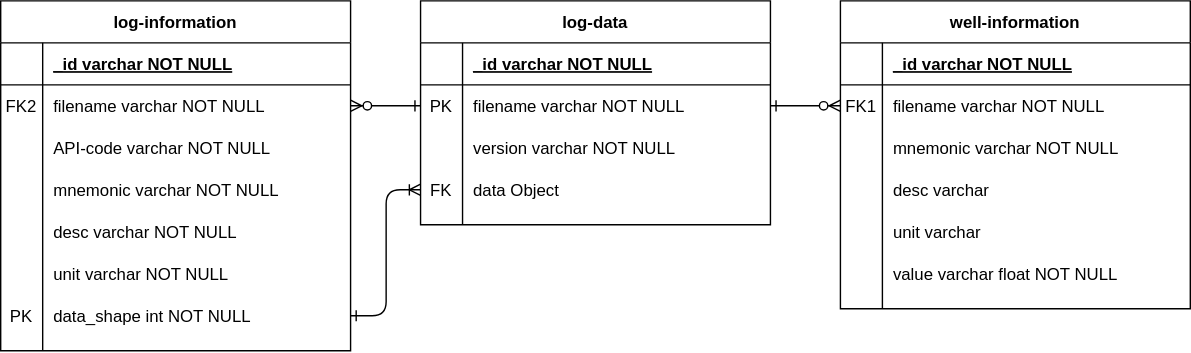
Earlier version of the draw.io export ERD.svg (FajrulHQ/microservices-well-log-integrated). Source tidied: cells renumbered, new cells last; positions are measured from the earlier drawing's top-left corner, leaving out a move shared by most shapes. Source of this version:
```xml
<mxGraphModel>
  <root>
    <mxCell id="0" />
    <mxCell id="1" parent="0" />
    <mxCell id="2" style="edgeStyle=elbowEdgeStyle;endArrow=ERzeroToMany;startArrow=ERone;endFill=1;startFill=0;exitX=1;exitY=0.5;exitDx=0;exitDy=0;entryX=0;entryY=0.5;entryDx=0;entryDy=0;" parent="1" edge="1" source="48" target="7">
      <mxGeometry relative="1" as="geometry" />
    </mxCell>
    <mxCell id="3" value="well-information" style="shape=table;startSize=30;rowLines=0;fontStyle=1;align=center;" parent="1" vertex="1">
      <mxGeometry x="600" width="250" height="220" as="geometry" />
    </mxCell>
    <mxCell id="4" style="shape=partialRectangle;fillColor=none;top=0;left=0;right=0;bottom=1;" parent="3" vertex="1">
      <mxGeometry y="30" width="250" height="30" as="geometry" />
    </mxCell>
    <mxCell id="5" style="shape=partialRectangle;overflow=hidden;fillColor=none;top=0;left=0;bottom=0;right=0;fontStyle=1;" parent="4" vertex="1">
      <mxGeometry width="30" height="30" as="geometry" />
    </mxCell>
    <mxCell id="6" value="_id varchar NOT NULL " style="shape=partialRectangle;overflow=hidden;fillColor=none;top=0;left=0;bottom=0;right=0;align=left;spacingLeft=6;fontStyle=5;" parent="4" vertex="1">
      <mxGeometry x="30" width="220" height="30" as="geometry" />
    </mxCell>
    <mxCell id="7" style="shape=partialRectangle;fillColor=none;points=[[0,0.5],[1,0.5]];portConstraint=eastwest;top=0;left=0;right=0;bottom=0;" parent="3" vertex="1">
      <mxGeometry y="60" width="250" height="30" as="geometry" />
    </mxCell>
    <mxCell id="8" value="FK1" style="shape=partialRectangle;overflow=hidden;fillColor=none;top=0;left=0;bottom=0;right=0;" parent="7" vertex="1">
      <mxGeometry width="30" height="30" as="geometry" />
    </mxCell>
    <mxCell id="9" value="filename varchar NOT NULL" style="shape=partialRectangle;overflow=hidden;fillColor=none;top=0;left=0;bottom=0;right=0;align=left;spacingLeft=6;" parent="7" vertex="1">
      <mxGeometry x="30" width="220" height="30" as="geometry" />
    </mxCell>
    <mxCell id="10" style="shape=partialRectangle;fillColor=none;top=0;left=0;right=0;bottom=0;" parent="3" vertex="1">
      <mxGeometry y="90" width="250" height="30" as="geometry" />
    </mxCell>
    <mxCell id="11" style="shape=partialRectangle;overflow=hidden;fillColor=none;top=0;left=0;bottom=0;right=0;" parent="10" vertex="1">
      <mxGeometry width="30" height="30" as="geometry" />
    </mxCell>
    <mxCell id="12" value="mnemonic varchar NOT NULL" style="shape=partialRectangle;overflow=hidden;fillColor=none;top=0;left=0;bottom=0;right=0;align=left;spacingLeft=6;" parent="10" vertex="1">
      <mxGeometry x="30" width="220" height="30" as="geometry" />
    </mxCell>
    <mxCell id="13" style="shape=partialRectangle;fillColor=none;top=0;left=0;right=0;bottom=0;" parent="3" vertex="1">
      <mxGeometry y="120" width="250" height="30" as="geometry" />
    </mxCell>
    <mxCell id="14" style="shape=partialRectangle;overflow=hidden;fillColor=none;top=0;left=0;bottom=0;right=0;" parent="13" vertex="1">
      <mxGeometry width="30" height="30" as="geometry" />
    </mxCell>
    <mxCell id="15" value="desc varchar" style="shape=partialRectangle;overflow=hidden;fillColor=none;top=0;left=0;bottom=0;right=0;align=left;spacingLeft=6;" parent="13" vertex="1">
      <mxGeometry x="30" width="220" height="30" as="geometry" />
    </mxCell>
    <mxCell id="16" style="shape=partialRectangle;fillColor=none;top=0;left=0;right=0;bottom=0;" parent="3" vertex="1">
      <mxGeometry y="150" width="250" height="30" as="geometry" />
    </mxCell>
    <mxCell id="17" style="shape=partialRectangle;overflow=hidden;fillColor=none;top=0;left=0;bottom=0;right=0;" parent="16" vertex="1">
      <mxGeometry width="30" height="30" as="geometry" />
    </mxCell>
    <mxCell id="18" value="unit varchar" style="shape=partialRectangle;overflow=hidden;fillColor=none;top=0;left=0;bottom=0;right=0;align=left;spacingLeft=6;" parent="16" vertex="1">
      <mxGeometry x="30" width="220" height="30" as="geometry" />
    </mxCell>
    <mxCell id="19" style="shape=partialRectangle;fillColor=none;top=0;left=0;right=0;bottom=0;" parent="3" vertex="1">
      <mxGeometry y="180" width="250" height="30" as="geometry" />
    </mxCell>
    <mxCell id="20" style="shape=partialRectangle;overflow=hidden;fillColor=none;top=0;left=0;bottom=0;right=0;" parent="19" vertex="1">
      <mxGeometry width="30" height="30" as="geometry" />
    </mxCell>
    <mxCell id="21" value="value varchar float NOT NULL" style="shape=partialRectangle;overflow=hidden;fillColor=none;top=0;left=0;bottom=0;right=0;align=left;spacingLeft=6;" parent="19" vertex="1">
      <mxGeometry x="30" width="220" height="30" as="geometry" />
    </mxCell>
    <mxCell id="22" value="log-information" style="shape=table;startSize=30;rowLines=0;fontStyle=1;align=center;" parent="1" vertex="1">
      <mxGeometry width="250" height="250" as="geometry" />
    </mxCell>
    <mxCell id="23" style="shape=partialRectangle;fillColor=none;top=0;left=0;right=0;bottom=1;" parent="22" vertex="1">
      <mxGeometry y="30" width="250" height="30" as="geometry" />
    </mxCell>
    <mxCell id="24" style="shape=partialRectangle;overflow=hidden;fillColor=none;top=0;left=0;bottom=0;right=0;fontStyle=1;" parent="23" vertex="1">
      <mxGeometry width="30" height="30" as="geometry" />
    </mxCell>
    <mxCell id="25" value="_id varchar NOT NULL" style="shape=partialRectangle;overflow=hidden;fillColor=none;top=0;left=0;bottom=0;right=0;align=left;spacingLeft=6;fontStyle=5;" parent="23" vertex="1">
      <mxGeometry x="30" width="220" height="30" as="geometry" />
    </mxCell>
    <mxCell id="26" style="shape=partialRectangle;fillColor=none;points=[[0,0.5],[1,0.5]];portConstraint=eastwest;top=0;left=0;right=0;bottom=0;" parent="22" vertex="1">
      <mxGeometry y="60" width="250" height="30" as="geometry" />
    </mxCell>
    <mxCell id="27" value="FK2" style="shape=partialRectangle;overflow=hidden;fillColor=none;top=0;left=0;bottom=0;right=0;" parent="26" vertex="1">
      <mxGeometry width="30" height="30" as="geometry" />
    </mxCell>
    <mxCell id="28" value="filename varchar NOT NULL" style="shape=partialRectangle;overflow=hidden;fillColor=none;top=0;left=0;bottom=0;right=0;align=left;spacingLeft=6;" parent="26" vertex="1">
      <mxGeometry x="30" width="220" height="30" as="geometry" />
    </mxCell>
    <mxCell id="29" style="shape=partialRectangle;fillColor=none;top=0;left=0;right=0;bottom=0;" parent="22" vertex="1">
      <mxGeometry y="90" width="250" height="30" as="geometry" />
    </mxCell>
    <mxCell id="30" style="shape=partialRectangle;overflow=hidden;fillColor=none;top=0;left=0;bottom=0;right=0;" parent="29" vertex="1">
      <mxGeometry width="30" height="30" as="geometry" />
    </mxCell>
    <mxCell id="31" value="API-code varchar NOT NULL" style="shape=partialRectangle;overflow=hidden;fillColor=none;top=0;left=0;bottom=0;right=0;align=left;spacingLeft=6;" parent="29" vertex="1">
      <mxGeometry x="30" width="220" height="30" as="geometry" />
    </mxCell>
    <mxCell id="32" style="shape=partialRectangle;fillColor=none;top=0;left=0;right=0;bottom=0;" parent="22" vertex="1">
      <mxGeometry y="120" width="250" height="30" as="geometry" />
    </mxCell>
    <mxCell id="33" style="shape=partialRectangle;overflow=hidden;fillColor=none;top=0;left=0;bottom=0;right=0;" parent="32" vertex="1">
      <mxGeometry width="30" height="30" as="geometry" />
    </mxCell>
    <mxCell id="34" value="mnemonic varchar NOT NULL" style="shape=partialRectangle;overflow=hidden;fillColor=none;top=0;left=0;bottom=0;right=0;align=left;spacingLeft=6;" parent="32" vertex="1">
      <mxGeometry x="30" width="220" height="30" as="geometry" />
    </mxCell>
    <mxCell id="35" style="shape=partialRectangle;fillColor=none;top=0;left=0;right=0;bottom=0;" parent="22" vertex="1">
      <mxGeometry y="150" width="250" height="30" as="geometry" />
    </mxCell>
    <mxCell id="36" style="shape=partialRectangle;overflow=hidden;fillColor=none;top=0;left=0;bottom=0;right=0;" parent="35" vertex="1">
      <mxGeometry width="30" height="30" as="geometry" />
    </mxCell>
    <mxCell id="37" value="desc varchar NOT NULL" style="shape=partialRectangle;overflow=hidden;fillColor=none;top=0;left=0;bottom=0;right=0;align=left;spacingLeft=6;" parent="35" vertex="1">
      <mxGeometry x="30" width="220" height="30" as="geometry" />
    </mxCell>
    <mxCell id="38" style="shape=partialRectangle;fillColor=none;top=0;left=0;right=0;bottom=0;" parent="22" vertex="1">
      <mxGeometry y="180" width="250" height="30" as="geometry" />
    </mxCell>
    <mxCell id="39" style="shape=partialRectangle;overflow=hidden;fillColor=none;top=0;left=0;bottom=0;right=0;" parent="38" vertex="1">
      <mxGeometry width="30" height="30" as="geometry" />
    </mxCell>
    <mxCell id="40" value="unit varchar NOT NULL" style="shape=partialRectangle;overflow=hidden;fillColor=none;top=0;left=0;bottom=0;right=0;align=left;spacingLeft=6;" parent="38" vertex="1">
      <mxGeometry x="30" width="220" height="30" as="geometry" />
    </mxCell>
    <mxCell id="41" style="shape=partialRectangle;fillColor=none;points=[[0,0.5],[1,0.5]];portConstraint=eastwest;top=0;left=0;right=0;bottom=0;" parent="22" vertex="1">
      <mxGeometry y="210" width="250" height="30" as="geometry" />
    </mxCell>
    <mxCell id="42" value="PK" style="shape=partialRectangle;overflow=hidden;fillColor=none;top=0;left=0;bottom=0;right=0;" parent="41" vertex="1">
      <mxGeometry width="30" height="30" as="geometry" />
    </mxCell>
    <mxCell id="43" value="data_shape int NOT NULL" style="shape=partialRectangle;overflow=hidden;fillColor=none;top=0;left=0;bottom=0;right=0;align=left;spacingLeft=6;" parent="41" vertex="1">
      <mxGeometry x="30" width="220" height="30" as="geometry" />
    </mxCell>
    <mxCell id="44" value="log-data" style="shape=table;startSize=30;rowLines=0;fontStyle=1;align=center;" parent="1" vertex="1">
      <mxGeometry x="300" width="250" height="160" as="geometry" />
    </mxCell>
    <mxCell id="45" style="shape=partialRectangle;fillColor=none;top=0;left=0;right=0;bottom=1;" parent="44" vertex="1">
      <mxGeometry y="30" width="250" height="30" as="geometry" />
    </mxCell>
    <mxCell id="46" style="shape=partialRectangle;overflow=hidden;fillColor=none;top=0;left=0;bottom=0;right=0;fontStyle=1;" parent="45" vertex="1">
      <mxGeometry width="30" height="30" as="geometry" />
    </mxCell>
    <mxCell id="47" value="_id varchar NOT NULL " style="shape=partialRectangle;overflow=hidden;fillColor=none;top=0;left=0;bottom=0;right=0;align=left;spacingLeft=6;fontStyle=5;" parent="45" vertex="1">
      <mxGeometry x="30" width="220" height="30" as="geometry" />
    </mxCell>
    <mxCell id="48" style="shape=partialRectangle;fillColor=none;points=[[0,0.5],[1,0.5]];portConstraint=eastwest;top=0;left=0;right=0;bottom=0;" parent="44" vertex="1">
      <mxGeometry y="60" width="250" height="30" as="geometry" />
    </mxCell>
    <mxCell id="49" value="PK" style="shape=partialRectangle;overflow=hidden;fillColor=none;top=0;left=0;bottom=0;right=0;" parent="48" vertex="1">
      <mxGeometry width="30" height="30" as="geometry" />
    </mxCell>
    <mxCell id="50" value="filename varchar NOT NULL" style="shape=partialRectangle;overflow=hidden;fillColor=none;top=0;left=0;bottom=0;right=0;align=left;spacingLeft=6;" parent="48" vertex="1">
      <mxGeometry x="30" width="220" height="30" as="geometry" />
    </mxCell>
    <mxCell id="51" style="shape=partialRectangle;fillColor=none;top=0;left=0;right=0;bottom=0;" parent="44" vertex="1">
      <mxGeometry y="90" width="250" height="30" as="geometry" />
    </mxCell>
    <mxCell id="52" style="shape=partialRectangle;overflow=hidden;fillColor=none;top=0;left=0;bottom=0;right=0;" parent="51" vertex="1">
      <mxGeometry width="30" height="30" as="geometry" />
    </mxCell>
    <mxCell id="53" value="version varchar NOT NULL" style="shape=partialRectangle;overflow=hidden;fillColor=none;top=0;left=0;bottom=0;right=0;align=left;spacingLeft=6;" parent="51" vertex="1">
      <mxGeometry x="30" width="220" height="30" as="geometry" />
    </mxCell>
    <mxCell id="54" style="shape=partialRectangle;fillColor=none;points=[[0,0.5],[1,0.5]];portConstraint=eastwest;top=0;left=0;right=0;bottom=0;" parent="44" vertex="1">
      <mxGeometry y="120" width="250" height="30" as="geometry" />
    </mxCell>
    <mxCell id="55" value="FK" style="shape=partialRectangle;overflow=hidden;fillColor=none;top=0;left=0;bottom=0;right=0;" parent="54" vertex="1">
      <mxGeometry width="30" height="30" as="geometry" />
    </mxCell>
    <mxCell id="56" value="data Object " style="shape=partialRectangle;overflow=hidden;fillColor=none;top=0;left=0;bottom=0;right=0;align=left;spacingLeft=6;" parent="54" vertex="1">
      <mxGeometry x="30" width="220" height="30" as="geometry" />
    </mxCell>
    <mxCell id="57" style="endArrow=ERzeroToMany;startArrow=ERone;endFill=1;startFill=0;exitX=0;exitY=0.5;exitDx=0;exitDy=0;rounded=1;edgeStyle=elbowEdgeStyle;shadow=0;sketch=0;jumpStyle=arc;entryX=1;entryY=0.5;entryDx=0;entryDy=0;" parent="1" edge="1" source="48" target="26">
      <mxGeometry relative="1" as="geometry" />
    </mxCell>
    <mxCell id="58" style="edgeStyle=elbowEdgeStyle;rounded=1;sketch=0;jumpStyle=arc;jettySize=auto;html=1;entryX=0;entryY=0.5;entryDx=0;entryDy=0;shadow=0;startArrow=ERone;startFill=0;endArrow=ERoneToMany;endFill=0;" parent="1" edge="1" source="41" target="54">
      <mxGeometry relative="1" as="geometry" />
    </mxCell>
  </root>
</mxGraphModel>
```
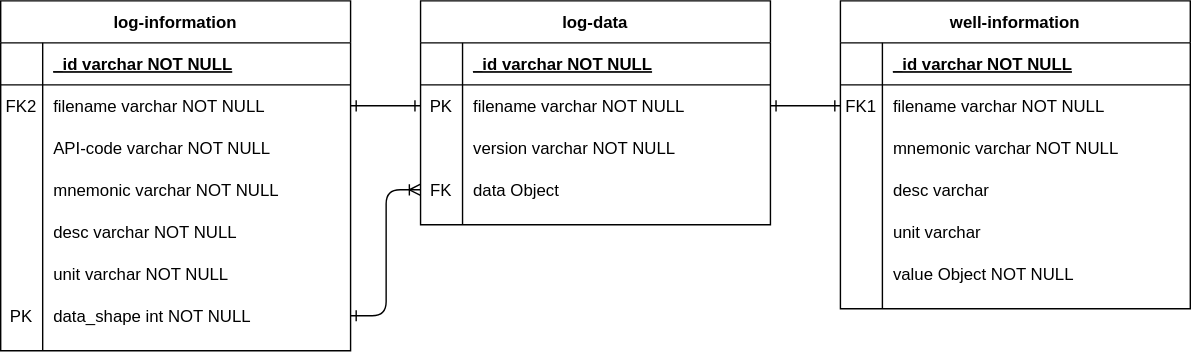
After the commit.

Change to the diagram source:
```diff
@@ -2,7 +2,7 @@
   <root>
     <mxCell id="0" />
     <mxCell id="1" parent="0" />
-    <mxCell id="2" style="edgeStyle=elbowEdgeStyle;endArrow=ERzeroToMany;startArrow=ERone;endFill=1;startFill=0;exitX=1;exitY=0.5;exitDx=0;exitDy=0;entryX=0;entryY=0.5;entryDx=0;entryDy=0;" parent="1" edge="1" source="48" target="7">
+    <mxCell id="2" style="edgeStyle=elbowEdgeStyle;endArrow=ERone;startArrow=ERone;endFill=0;startFill=0;exitX=1;exitY=0.5;exitDx=0;exitDy=0;entryX=0;entryY=0.5;entryDx=0;entryDy=0;" parent="1" edge="1" source="48" target="7">
       <mxGeometry relative="1" as="geometry" />
     </mxCell>
     <mxCell id="3" value="well-information" style="shape=table;startSize=30;rowLines=0;fontStyle=1;align=center;" parent="1" vertex="1">
@@ -59,7 +59,7 @@
     <mxCell id="20" style="shape=partialRectangle;overflow=hidden;fillColor=none;top=0;left=0;bottom=0;right=0;" parent="19" vertex="1">
       <mxGeometry width="30" height="30" as="geometry" />
     </mxCell>
-    <mxCell id="21" value="value varchar float NOT NULL" style="shape=partialRectangle;overflow=hidden;fillColor=none;top=0;left=0;bottom=0;right=0;align=left;spacingLeft=6;" parent="19" vertex="1">
+    <mxCell id="21" value="value Object NOT NULL" style="shape=partialRectangle;overflow=hidden;fillColor=none;top=0;left=0;bottom=0;right=0;align=left;spacingLeft=6;" parent="19" vertex="1">
       <mxGeometry x="30" width="220" height="30" as="geometry" />
     </mxCell>
     <mxCell id="22" value="log-information" style="shape=table;startSize=30;rowLines=0;fontStyle=1;align=center;" parent="1" vertex="1">
@@ -167,7 +167,7 @@
     <mxCell id="56" value="data Object " style="shape=partialRectangle;overflow=hidden;fillColor=none;top=0;left=0;bottom=0;right=0;align=left;spacingLeft=6;" parent="54" vertex="1">
       <mxGeometry x="30" width="220" height="30" as="geometry" />
     </mxCell>
-    <mxCell id="57" style="endArrow=ERzeroToMany;startArrow=ERone;endFill=1;startFill=0;exitX=0;exitY=0.5;exitDx=0;exitDy=0;rounded=1;edgeStyle=elbowEdgeStyle;shadow=0;sketch=0;jumpStyle=arc;entryX=1;entryY=0.5;entryDx=0;entryDy=0;" parent="1" edge="1" source="48" target="26">
+    <mxCell id="57" style="endArrow=ERone;startArrow=ERone;endFill=0;startFill=0;exitX=0;exitY=0.5;exitDx=0;exitDy=0;rounded=1;edgeStyle=elbowEdgeStyle;shadow=0;sketch=0;jumpStyle=arc;entryX=1;entryY=0.5;entryDx=0;entryDy=0;" parent="1" edge="1" source="48" target="26">
       <mxGeometry relative="1" as="geometry" />
     </mxCell>
     <mxCell id="58" style="edgeStyle=elbowEdgeStyle;rounded=1;sketch=0;jumpStyle=arc;jettySize=auto;html=1;entryX=0;entryY=0.5;entryDx=0;entryDy=0;shadow=0;startArrow=ERone;startFill=0;endArrow=ERoneToMany;endFill=0;" parent="1" edge="1" source="41" target="54">
```
